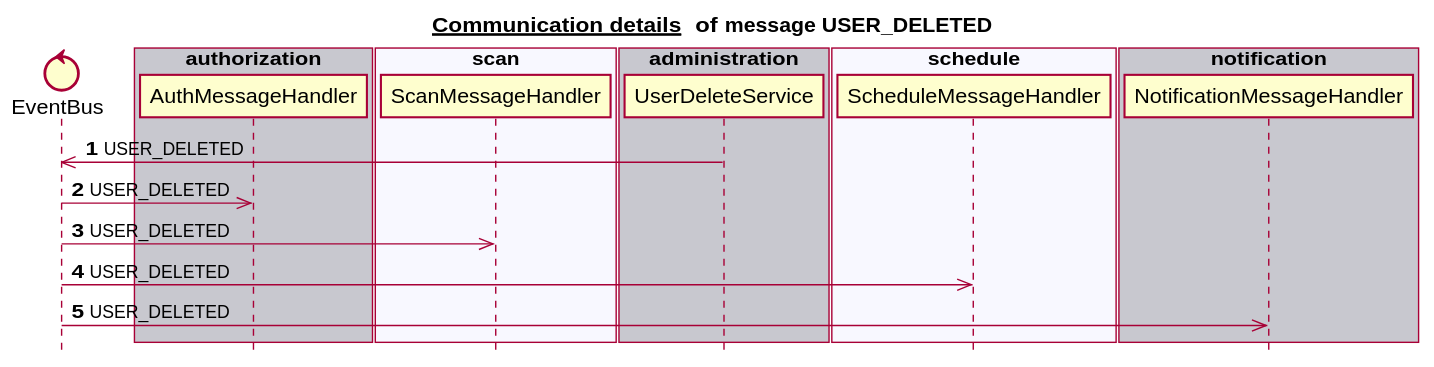
Above: docs/latest/images/gen_domain_messaging_user_deleted.svg in mercedes-benz/sechub (PlantUML), before the change.
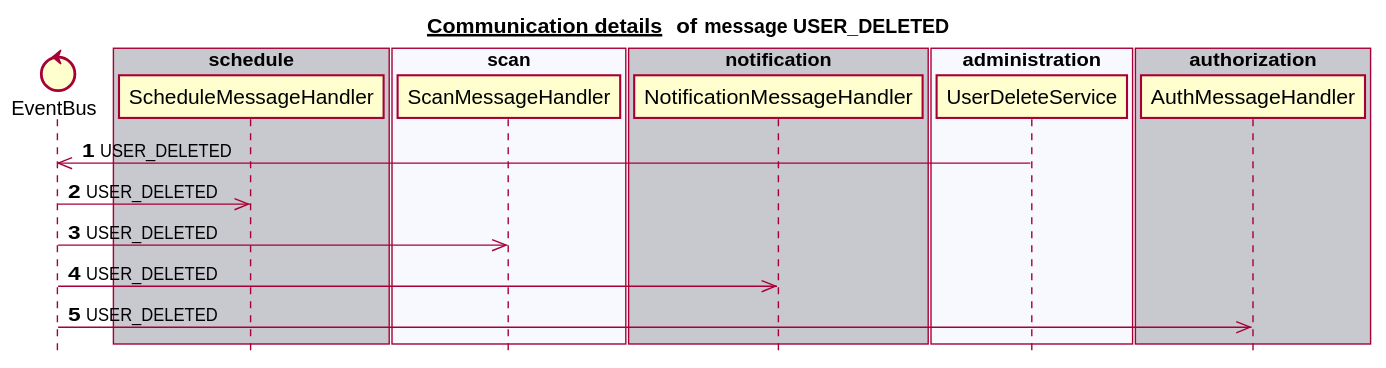
After the change.

Change to the diagram source:
```diff
@@ -6,27 +6,27 @@
 
 
 control EventBus
-box "authorization" #C8C8CF
-   participant AuthMessageHandler
+box "schedule" #C8C8CF
+   participant ScheduleMessageHandler
 end box
 box "scan" #F8F8FF
    participant ScanMessageHandler
 end box
-box "administration" #C8C8CF
-   participant UserDeleteService
-end box
-box "schedule" #F8F8FF
-   participant ScheduleMessageHandler
-end box
 box "notification" #C8C8CF
    participant NotificationMessageHandler
 end box
+box "administration" #F8F8FF
+   participant UserDeleteService
+end box
+box "authorization" #C8C8CF
+   participant AuthMessageHandler
+end box
 autonumber 1
 UserDeleteService ->> EventBus:USER_DELETED
+EventBus ->> ScheduleMessageHandler:USER_DELETED
+EventBus ->> ScanMessageHandler:USER_DELETED
+EventBus ->> NotificationMessageHandler:USER_DELETED
 EventBus ->> AuthMessageHandler:USER_DELETED
-EventBus ->> ScanMessageHandler:USER_DELETED
-EventBus ->> ScheduleMessageHandler:USER_DELETED
-EventBus ->> NotificationMessageHandler:USER_DELETED
 autonumber stop
 
 
```
